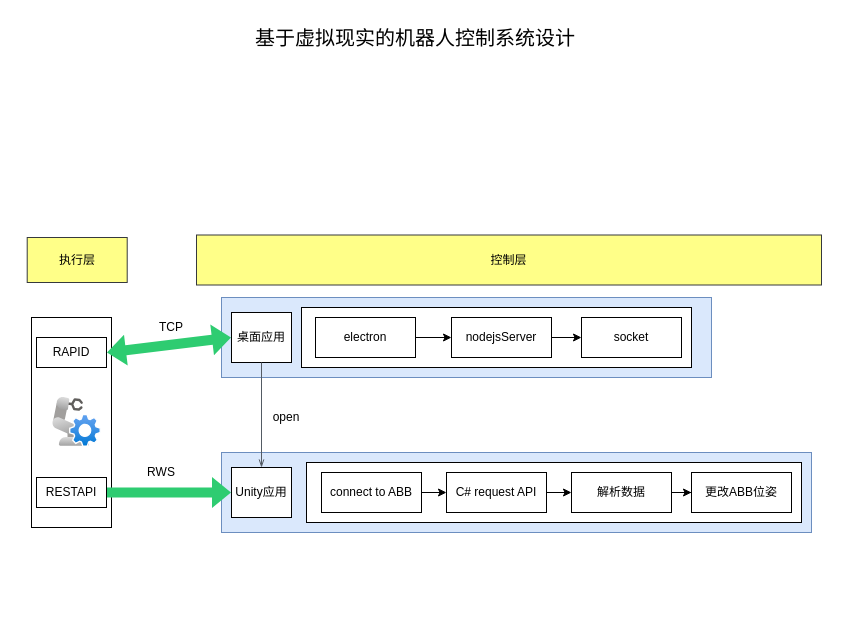
Above: page "第 11 页" (11 of 11) of 未命名绘图.drawio in yyy-router/drawio (draw.io), before the change. Source tidied: cells renumbered, new cells numbered last; positions are measured from the earlier drawing's top-left corner, leaving out a move shared by most shapes. Both pictures are drawn from the tidied source at 100%, with x=0, y=0 at pixel (17, 17).
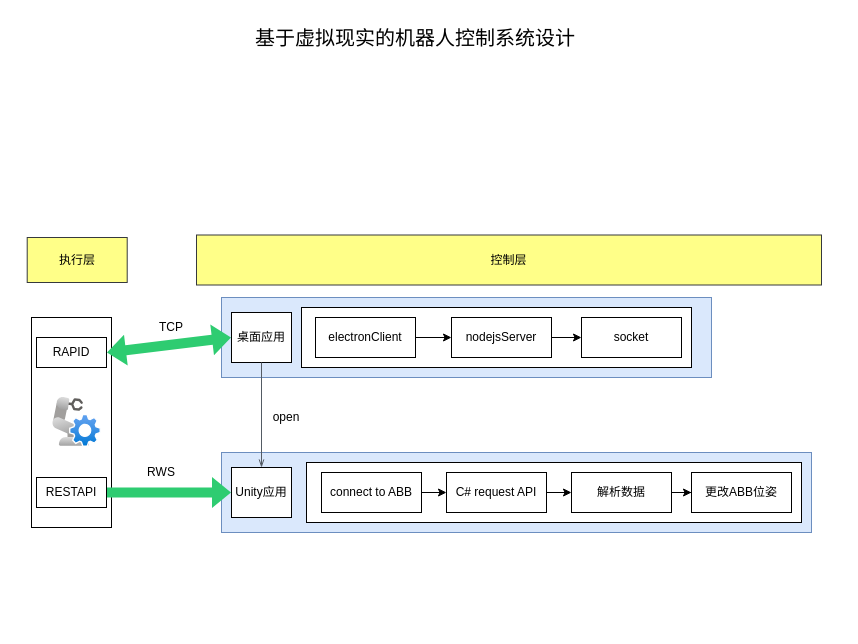
Above is the later version.

Commit message:
毕业设计架构

What changed in the source:
```diff
@@
-    <mxCell id="7" value="electron" style="rounded=0;whiteSpace=wrap;html=1;" parent="1" vertex="1">
+    <mxCell id="7" value="electronClient" style="rounded=0;whiteSpace=wrap;html=1;" parent="1" vertex="1">
       <mxGeometry x="298" y="300" width="100" height="40" as="geometry" />
     </mxCell>
```
